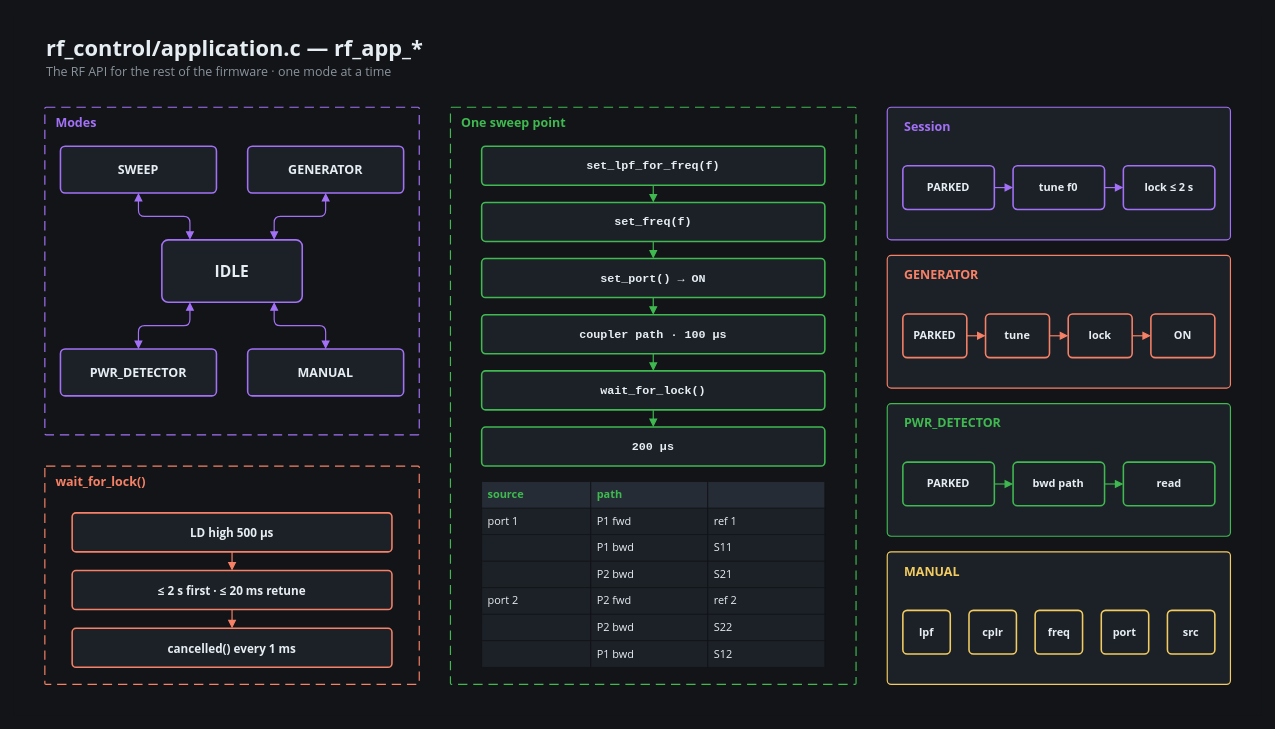
Earlier version of the draw.io diagram docs/presentation/diagrams/code-09-rf-app.drawio (ml3rc/SNA). Source tidied: cells renumbered, new cells numbered last; positions are measured from the earlier drawing's top-left corner, leaving out a move shared by most shapes. Both pictures are drawn from the tidied source at 78%, with x=0, y=0 at pixel (13, 13).
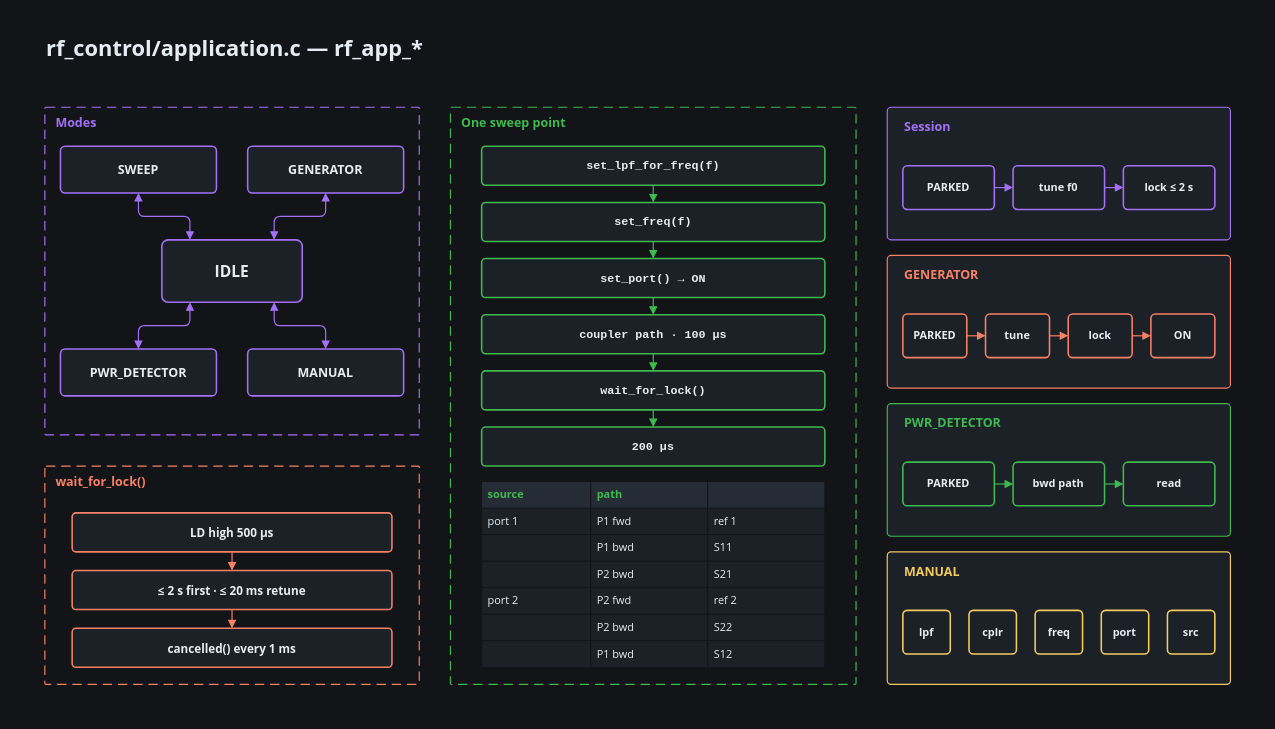
The same page after the edit.

The edit, as a diff of the source:
```diff
@@
-    <mxCell id="7" value="The RF API for the rest of the firmware · one mode at a time" style="text;html=1;whiteSpace=wrap;strokeColor=none;fillColor=none;fontColor=#8B949E;fontFamily=Segoe UI;fontSize=16;fontStyle=0;align=left;verticalAlign=middle;" parent="1" vertex="1">
-      <mxGeometry x="40" y="62" width="1520" height="26" as="geometry" />
-    </mxCell>
```
